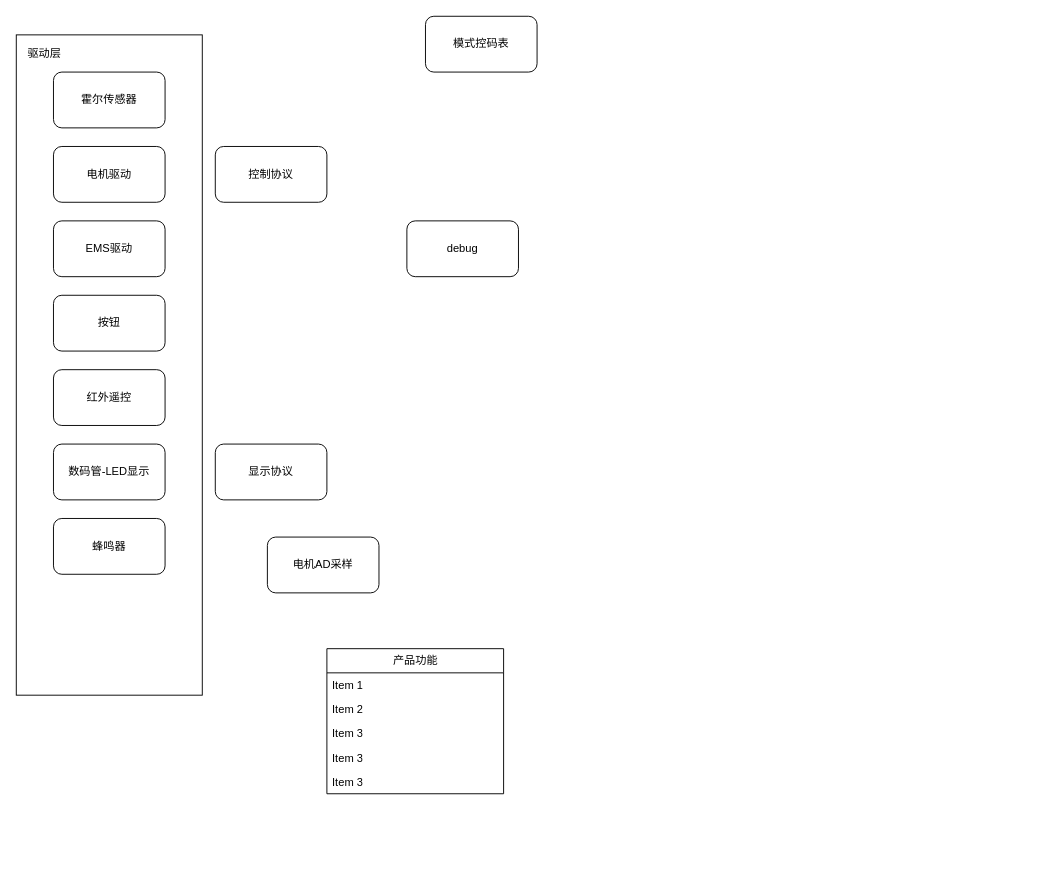
Earlier version of the draw.io diagram 椭圆机项目.drawio (Thurstonszd/FlowDiagram). Source tidied: cells renumbered, new cells numbered last; positions are measured from the earlier drawing's top-left corner, leaving out a move shared by most shapes. Both pictures are drawn from the tidied source at 93%, with x=0, y=0 at pixel (16, 16).
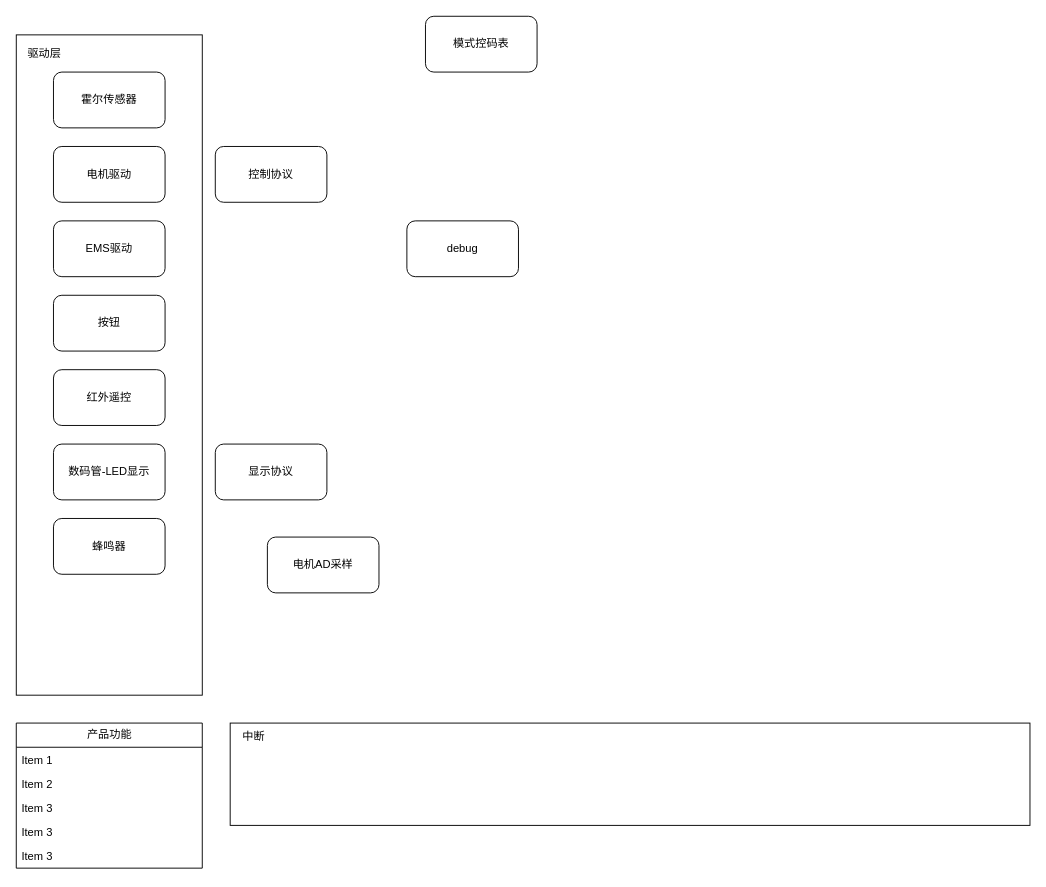
After the change.

Commit message:
更新椭圆机项目.drawio

What changed in the source:
```diff
@@
     <mxCell id="15" value="产品功能" style="swimlane;fontStyle=0;horizontal=1;startSize=26;fillColor=none;html=1;" parent="1" vertex="1">
-      <mxGeometry x="334" y="680" width="190" height="156" as="geometry" />
+      <mxGeometry y="760" width="200" height="156" as="geometry" />
     </mxCell>
     <mxCell id="16" value="Item 1" style="text;strokeColor=none;fillColor=none;align=left;verticalAlign=top;spacingLeft=4;spacingRight=4;overflow=hidden;whiteSpace=wrap;html=1;" parent="15" vertex="1">
-      <mxGeometry y="26" width="190" height="26" as="geometry" />
+      <mxGeometry y="26" width="200" height="26" as="geometry" />
     </mxCell>
     <mxCell id="17" value="Item 2" style="text;strokeColor=none;fillColor=none;align=left;verticalAlign=top;spacingLeft=4;spacingRight=4;overflow=hidden;whiteSpace=wrap;html=1;" parent="15" vertex="1">
-      <mxGeometry y="52" width="190" height="26" as="geometry" />
+      <mxGeometry y="52" width="200" height="26" as="geometry" />
     </mxCell>
     <mxCell id="18" value="Item 3" style="text;strokeColor=none;fillColor=none;align=left;verticalAlign=top;spacingLeft=4;spacingRight=4;overflow=hidden;whiteSpace=wrap;html=1;" parent="15" vertex="1">
-      <mxGeometry y="78" width="190" height="26" as="geometry" />
+      <mxGeometry y="78" width="200" height="26" as="geometry" />
     </mxCell>
     <mxCell id="19" value="Item 3" style="text;strokeColor=none;fillColor=none;align=left;verticalAlign=top;spacingLeft=4;spacingRight=4;overflow=hidden;whiteSpace=wrap;html=1;" parent="15" vertex="1">
-      <mxGeometry y="104" width="190" height="26" as="geometry" />
+      <mxGeometry y="104" width="200" height="26" as="geometry" />
     </mxCell>
     <mxCell id="20" value="Item 3" style="text;strokeColor=none;fillColor=none;align=left;verticalAlign=top;spacingLeft=4;spacingRight=4;overflow=hidden;whiteSpace=wrap;html=1;" parent="15" vertex="1">
-      <mxGeometry y="130" width="190" height="26" as="geometry" />
+      <mxGeometry y="130" width="200" height="26" as="geometry" />
     </mxCell>
@@
+    <mxCell id="22" style="rounded=0;whiteSpace=wrap;html=1;" parent="1" vertex="1">
+      <mxGeometry x="230" y="760" width="860" height="110" as="geometry" />
+    </mxCell>
+    <mxCell id="23" value="中断" style="text;html=1;align=center;verticalAlign=middle;strokeColor=none;fillColor=none;" parent="1" vertex="1">
+      <mxGeometry x="230" y="760" width="50" height="30" as="geometry" />
+    </mxCell>
```
